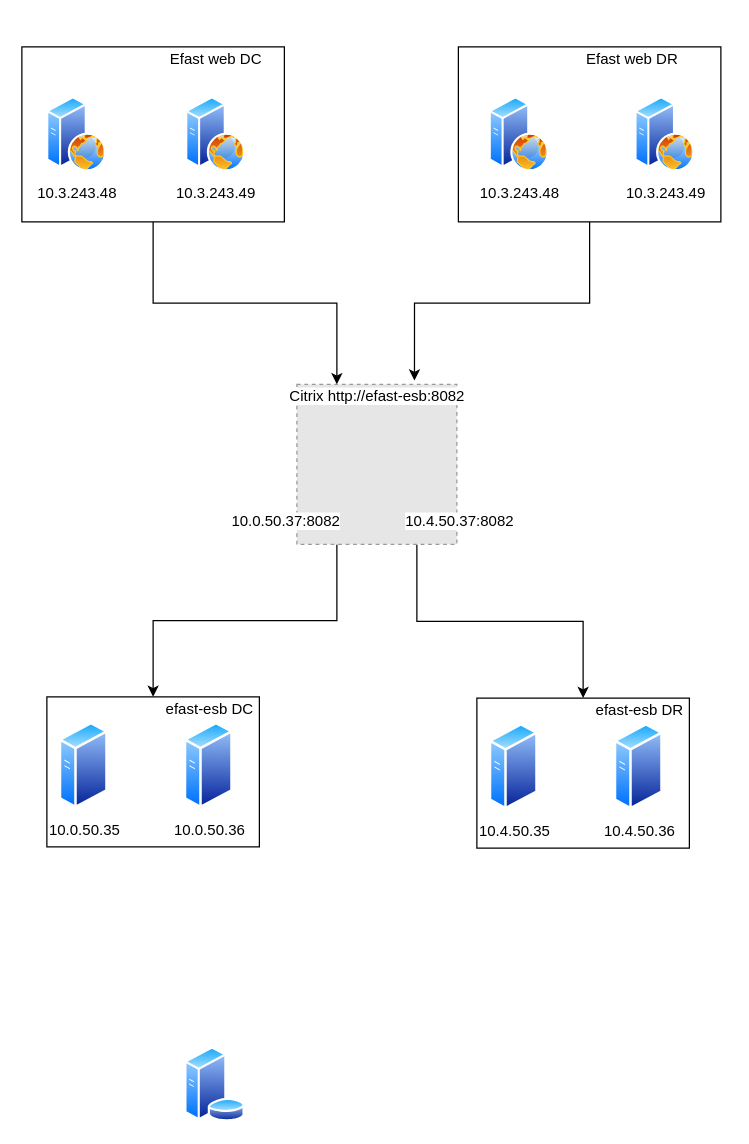
Before: dungpt1.drawio in phamdung87/docs, a draw.io diagram. Source tidied: cells renumbered, new cells numbered last; positions are measured from the earlier drawing's top-left corner, leaving out a move shared by most shapes. Both pictures are drawn from the tidied source at 125%, with x=0, y=0 at pixel (21, 46). Pictures stored in the file or linked from it are replaced by grey dashed boxes.
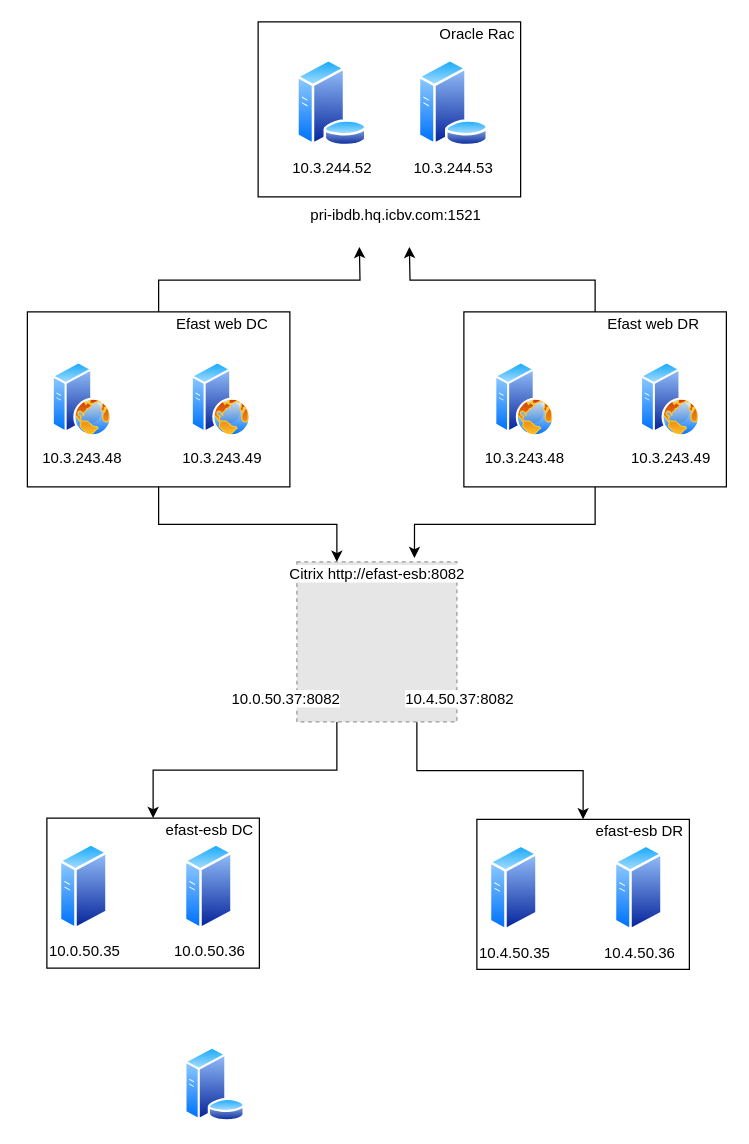
The same page after the edit.

Diff of the diagram source:
```diff
@@
     <mxCell id="4" style="fillColor=#E6E6E6;strokeColor=#999999;dashed=1;html=1;verticalAlign=top;verticalLabelPosition=bottom;labelBackgroundColor=#ffffff;" parent="1" vertex="1">
-      <mxGeometry x="220" y="270" width="128" height="128" as="geometry" />
+      <mxGeometry x="220" y="412" width="128" height="128" as="geometry" />
     </mxCell>
@@
     <mxCell id="7" value="&lt;span style=&quot;background-color: rgb(255 , 255 , 255)&quot;&gt;Citrix http://efast-esb:8082&lt;/span&gt;" style="text;html=1;align=center;verticalAlign=middle;points=[];fillColor=none;strokeColor=none;rounded=0;" parent="1" vertex="1">
-      <mxGeometry x="204" y="270" width="160" height="20" as="geometry" />
+      <mxGeometry x="204" y="412" width="160" height="20" as="geometry" />
     </mxCell>
     <mxCell id="8" value="&lt;span style=&quot;background-color: rgb(255 , 255 , 255)&quot;&gt;10.0.50.37:8082&lt;/span&gt;" style="text;html=1;align=center;verticalAlign=middle;fillColor=none;strokeColor=none;rounded=0;" parent="1" vertex="1">
-      <mxGeometry x="161.2" y="370" width="100" height="20" as="geometry" />
+      <mxGeometry x="161.2" y="512" width="100" height="20" as="geometry" />
     </mxCell>
     <mxCell id="9" style="rounded=0;whiteSpace=wrap;html=1;" parent="1" vertex="1">
-      <mxGeometry x="20" y="520" width="170" height="120" as="geometry" />
+      <mxGeometry x="20" y="617" width="170" height="120" as="geometry" />
     </mxCell>
     <mxCell id="10" value="10.0.50.35" style="perimeter=ellipsePerimeter;html=1;align=center;shadow=0;dashed=0;spacingTop=3;image;image=img/lib/active_directory/generic_server.svg;" parent="1" vertex="1">
-      <mxGeometry x="30" y="540" width="39.2" height="70" as="geometry" />
+      <mxGeometry x="30" y="637" width="39.2" height="70" as="geometry" />
     </mxCell>
     <mxCell id="11" value="10.0.50.36" style="perimeter=ellipsePerimeter;html=1;align=center;shadow=0;dashed=0;spacingTop=3;image;image=img/lib/active_directory/generic_server.svg;" parent="1" vertex="1">
-      <mxGeometry x="130" y="540" width="39.2" height="70" as="geometry" />
+      <mxGeometry x="130" y="637" width="39.2" height="70" as="geometry" />
     </mxCell>
     <mxCell id="12" value="&lt;span style=&quot;background-color: rgb(255 , 255 , 255)&quot;&gt;efast-esb DC&lt;/span&gt;" style="text;html=1;align=center;verticalAlign=middle;fillColor=none;strokeColor=none;rounded=0;" parent="1" vertex="1">
-      <mxGeometry x="104.6" y="520" width="90" height="20" as="geometry" />
+      <mxGeometry x="104.6" y="617" width="90" height="20" as="geometry" />
     </mxCell>
     <mxCell id="13" value="&lt;span style=&quot;background-color: rgb(255 , 255 , 255)&quot;&gt;10.4.50.37:8082&lt;/span&gt;" style="text;html=1;align=center;verticalAlign=middle;fillColor=none;strokeColor=none;rounded=0;" parent="1" vertex="1">
-      <mxGeometry x="300" y="370" width="100" height="20" as="geometry" />
+      <mxGeometry x="300" y="512" width="100" height="20" as="geometry" />
     </mxCell>
     <mxCell id="14" style="rounded=0;whiteSpace=wrap;html=1;" parent="1" vertex="1">
-      <mxGeometry x="364" y="521" width="170" height="120" as="geometry" />
+      <mxGeometry x="364" y="618" width="170" height="120" as="geometry" />
     </mxCell>
     <mxCell id="15" value="10.4.50.35" style="perimeter=ellipsePerimeter;html=1;align=center;shadow=0;dashed=0;spacingTop=3;image;image=img/lib/active_directory/generic_server.svg;" parent="1" vertex="1">
-      <mxGeometry x="374" y="541" width="39.2" height="70" as="geometry" />
+      <mxGeometry x="374" y="638" width="39.2" height="70" as="geometry" />
     </mxCell>
     <mxCell id="16" value="10.4.50.36" style="perimeter=ellipsePerimeter;html=1;align=center;shadow=0;dashed=0;spacingTop=3;image;image=img/lib/active_directory/generic_server.svg;" parent="1" vertex="1">
-      <mxGeometry x="474" y="541" width="39.2" height="70" as="geometry" />
+      <mxGeometry x="474" y="638" width="39.2" height="70" as="geometry" />
     </mxCell>
     <mxCell id="17" value="&lt;span style=&quot;background-color: rgb(255 , 255 , 255)&quot;&gt;efast-esb DR&lt;/span&gt;" style="text;html=1;align=center;verticalAlign=middle;fillColor=none;strokeColor=none;rounded=0;" parent="1" vertex="1">
-      <mxGeometry x="448.6" y="521" width="90" height="20" as="geometry" />
+      <mxGeometry x="448.6" y="618" width="90" height="20" as="geometry" />
     </mxCell>
+    <mxCell id="27" style="edgeStyle=orthogonalEdgeStyle;rounded=0;jettySize=auto;html=1;exitX=0.5;exitY=0;exitDx=0;exitDy=0;" parent="1" edge="1" source="18">
+      <mxGeometry relative="1" as="geometry">
+        <mxPoint x="270" y="160" as="targetPoint" />
+      </mxGeometry>
+    </mxCell>
     <mxCell id="18" style="rounded=0;whiteSpace=wrap;html=1;" parent="1" vertex="1">
-      <mxGeometry width="210" height="140" as="geometry" />
+      <mxGeometry x="4.4" y="212" width="210" height="140" as="geometry" />
     </mxCell>
     <mxCell id="19" value="10.3.243.48" style="perimeter=ellipsePerimeter;html=1;align=center;shadow=0;dashed=0;spacingTop=3;image;image=img/lib/active_directory/web_server.svg;" parent="1" vertex="1">
-      <mxGeometry x="20" y="40" width="48" height="60" as="geometry" />
+      <mxGeometry x="24.4" y="252" width="48" height="60" as="geometry" />
     </mxCell>
     <mxCell id="20" value="10.3.243.49" style="perimeter=ellipsePerimeter;html=1;align=center;shadow=0;dashed=0;spacingTop=3;image;image=img/lib/active_directory/web_server.svg;" parent="1" vertex="1">
-      <mxGeometry x="131.2" y="40" width="48" height="60" as="geometry" />
+      <mxGeometry x="135.6" y="252" width="48" height="60" as="geometry" />
     </mxCell>
     <mxCell id="21" value="&lt;span style=&quot;background-color: rgb(255 , 255 , 255)&quot;&gt;Efast web DC&lt;/span&gt;" style="text;html=1;align=center;verticalAlign=middle;fillColor=none;strokeColor=none;rounded=0;" parent="1" vertex="1">
-      <mxGeometry x="110.2" width="90" height="20" as="geometry" />
+      <mxGeometry x="114.6" y="212" width="90" height="20" as="geometry" />
     </mxCell>
@@
+    <mxCell id="28" style="edgeStyle=orthogonalEdgeStyle;rounded=0;jettySize=auto;html=1;exitX=0.5;exitY=0;exitDx=0;exitDy=0;" parent="1" edge="1" source="23">
+      <mxGeometry relative="1" as="geometry">
+        <mxPoint x="310" y="160" as="targetPoint" />
+      </mxGeometry>
+    </mxCell>
     <mxCell id="23" style="rounded=0;whiteSpace=wrap;html=1;" parent="1" vertex="1">
-      <mxGeometry x="349.2" width="210" height="140" as="geometry" />
+      <mxGeometry x="353.6" y="212" width="210" height="140" as="geometry" />
     </mxCell>
     <mxCell id="24" value="10.3.243.48" style="perimeter=ellipsePerimeter;html=1;align=center;shadow=0;dashed=0;spacingTop=3;image;image=img/lib/active_directory/web_server.svg;" parent="1" vertex="1">
-      <mxGeometry x="374" y="40" width="48" height="60" as="geometry" />
+      <mxGeometry x="378.4" y="252" width="48" height="60" as="geometry" />
     </mxCell>
     <mxCell id="25" value="10.3.243.49" style="perimeter=ellipsePerimeter;html=1;align=center;shadow=0;dashed=0;spacingTop=3;image;image=img/lib/active_directory/web_server.svg;" parent="1" vertex="1">
-      <mxGeometry x="490.6" y="40" width="48" height="60" as="geometry" />
+      <mxGeometry x="495" y="252" width="48" height="60" as="geometry" />
     </mxCell>
     <mxCell id="26" value="&lt;span style=&quot;background-color: rgb(255 , 255 , 255)&quot;&gt;Efast web DR&lt;/span&gt;" style="text;html=1;align=center;verticalAlign=middle;fillColor=none;strokeColor=none;rounded=0;" parent="1" vertex="1">
-      <mxGeometry x="443.4" width="90" height="20" as="geometry" />
+      <mxGeometry x="460" y="212" width="90" height="20" as="geometry" />
     </mxCell>
+    <mxCell id="29" style="rounded=0;whiteSpace=wrap;html=1;" parent="1" vertex="1">
+      <mxGeometry x="189" y="-20" width="210" height="140" as="geometry" />
+    </mxCell>
+    <mxCell id="30" value="10.3.244.52" style="perimeter=ellipsePerimeter;html=1;align=center;shadow=0;dashed=0;spacingTop=3;image;image=img/lib/active_directory/database_server.svg;" parent="1" vertex="1">
+      <mxGeometry x="219.4" y="10" width="57.4" height="70" as="geometry" />
+    </mxCell>
+    <mxCell id="31" value="10.3.244.53" style="perimeter=ellipsePerimeter;html=1;align=center;shadow=0;dashed=0;spacingTop=3;image;image=img/lib/active_directory/database_server.svg;" parent="1" vertex="1">
+      <mxGeometry x="316.6" y="10" width="57.4" height="70" as="geometry" />
+    </mxCell>
+    <mxCell id="32" value="pri-ibdb.hq.icbv.com:1521" style="text;html=1;align=center;verticalAlign=middle;fillColor=none;strokeColor=none;rounded=0;" parent="1" vertex="1">
+      <mxGeometry x="224" y="125" width="150" height="20" as="geometry" />
+    </mxCell>
+    <mxCell id="33" value="&lt;span style=&quot;background-color: rgb(255 , 255 , 255)&quot;&gt;Oracle Rac&lt;/span&gt;" style="text;html=1;align=center;verticalAlign=middle;fillColor=none;strokeColor=none;rounded=0;" parent="1" vertex="1">
+      <mxGeometry x="324" y="-20" width="80" height="20" as="geometry" />
+    </mxCell>
```
